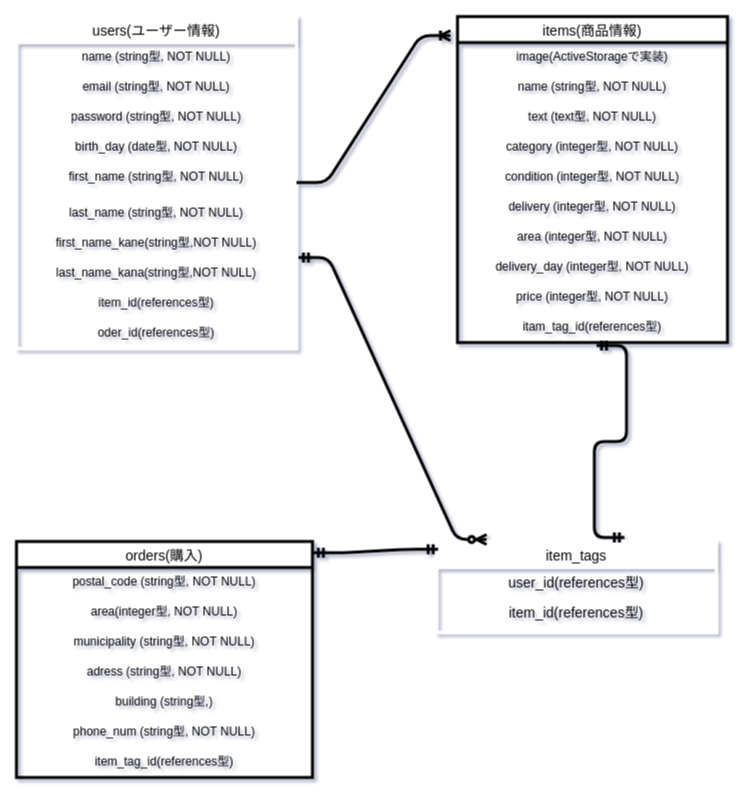
Earlier version of the draw.io diagram ER .dio (same-jima/furima-36128). Source tidied: cells renumbered, new cells numbered last; positions are measured from the earlier drawing's top-left corner, leaving out a move shared by most shapes. Both pictures are drawn from the tidied source at 100%, with x=0, y=0 at pixel (16, 16).
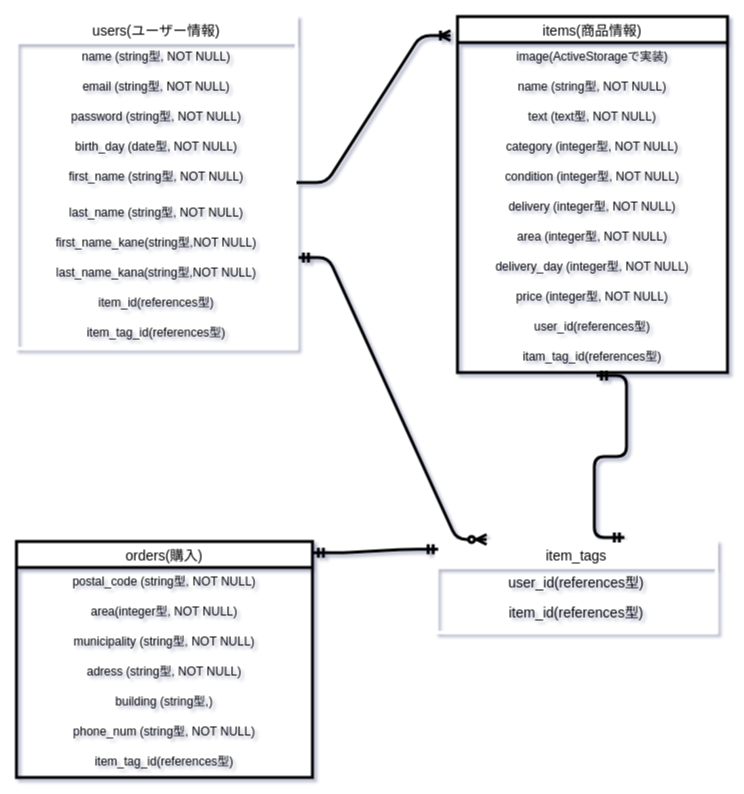
The same page after the edit.

The change refers to these unchanged cells:
```xml
<mxCell id="2" value="users(ユーザー情報)" style="swimlane;fontStyle=0;horizontal=1;startSize=26;align=center;fontSize=14;strokeColor=#FFFFFF;strokeWidth=3;" parent="1" vertex="1">
  <mxGeometry width="280" height="332" as="geometry" />
</mxCell>
```

What changed in the source:
```diff
@@
-    <mxCell id="12" value="oder_id(references型)" style="text;strokeColor=none;fillColor=none;spacingLeft=4;spacingRight=4;overflow=hidden;fontSize=12;align=center;" parent="2" vertex="1">
+    <mxCell id="12" value="item_tag_id(references型)" style="text;strokeColor=none;fillColor=none;spacingLeft=4;spacingRight=4;overflow=hidden;fontSize=12;align=center;" parent="2" vertex="1">
       <mxGeometry y="302" width="280" height="30" as="geometry" />
     </mxCell>
     <mxCell id="13" value="items(商品情報)" style="swimlane;fontStyle=0;horizontal=1;startSize=26;align=center;fontSize=14;strokeWidth=3;" parent="1" vertex="1">
-      <mxGeometry x="441" width="270" height="326" as="geometry" />
+      <mxGeometry x="441" width="270" height="356" as="geometry" />
     </mxCell>
@@
+    <mxCell id="39" value="user_id(references型)" style="text;strokeColor=none;fillColor=none;spacingLeft=4;spacingRight=4;overflow=hidden;fontSize=12;align=center;" parent="13" vertex="1">
+      <mxGeometry y="296" width="270" height="30" as="geometry" />
+    </mxCell>
     <mxCell id="23" value="itam_tag_id(references型)" style="text;strokeColor=none;fillColor=none;spacingLeft=4;spacingRight=4;overflow=hidden;points=[[0,0.5],[1,0.5]];portConstraint=eastwest;fontSize=12;align=center;" parent="13" vertex="1">
-      <mxGeometry y="296" width="270" height="30" as="geometry" />
+      <mxGeometry y="326" width="270" height="30" as="geometry" />
     </mxCell>
```
